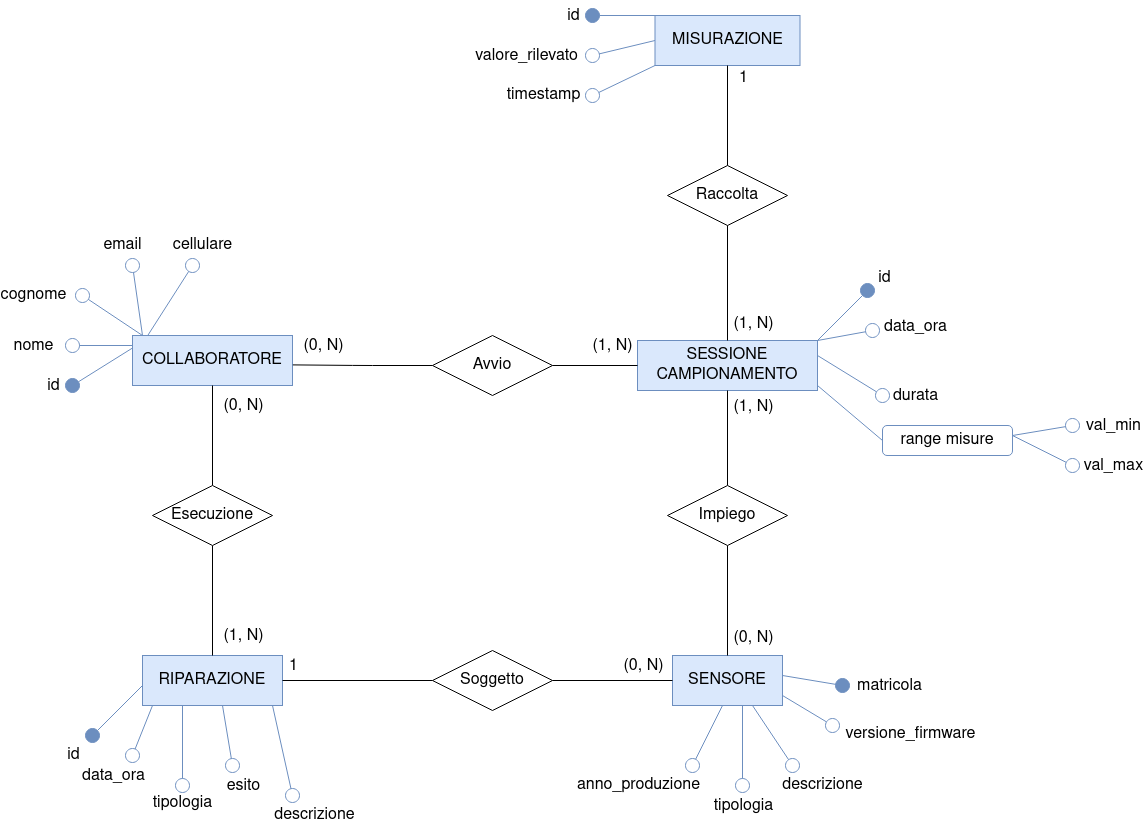
This is diagrammi e-r/Diag. Monitoraggio.png from faffolao/ProgettoBD2022, a draw.io export, as it was before one commit. Source tidied: cells renumbered, new cells last; positions are measured from the earlier drawing's top-left corner, leaving out a move shared by most shapes.
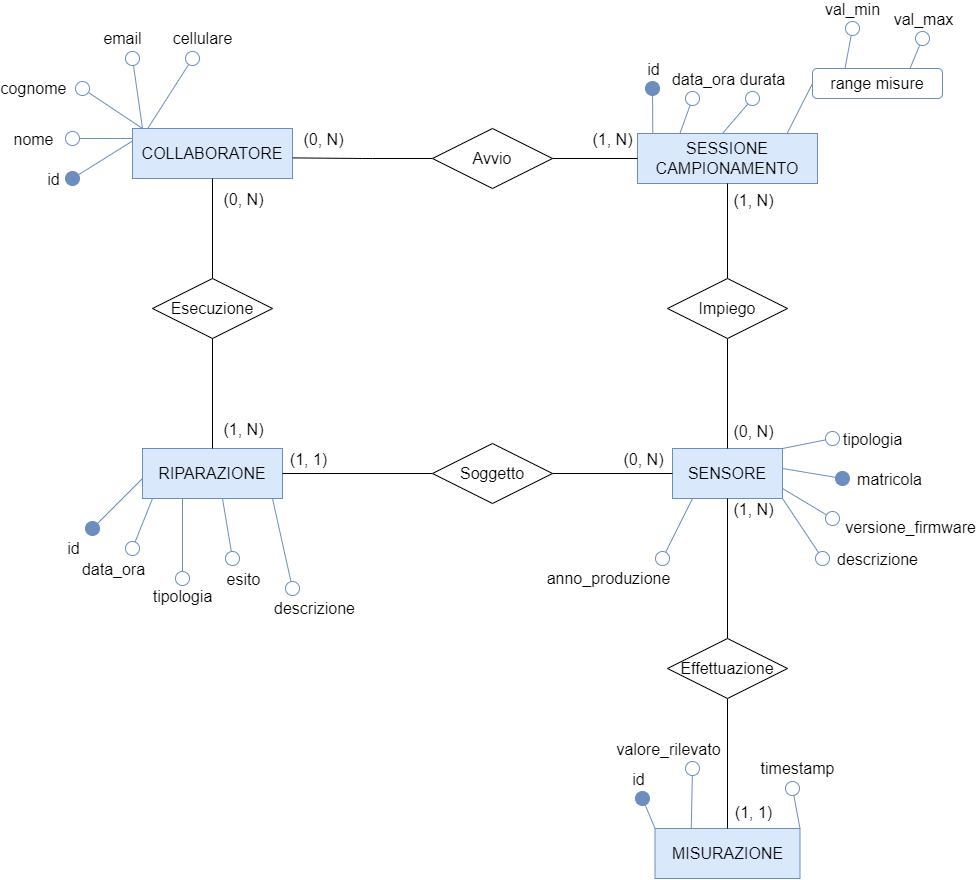
The same file after the commit.

What changed in the source:
```diff
@@ -162,24 +162,23 @@
     </mxCell>
     <mxCell id="34" style="endArrow=none;html=1;strokeColor=#6c8ebf;strokeWidth=1;fontSize=12;startSize=14;endSize=14;startArrow=oval;startFill=0;fillColor=#dae8fc;" parent="1" edge="1">
       <mxGeometry relative="1" as="geometry">
-        <mxPoint x="720" y="750" as="sourcePoint" />
-        <mxPoint x="680" y="690" as="targetPoint" />
+        <mxPoint x="750" y="750" as="sourcePoint" />
+        <mxPoint x="710" y="690" as="targetPoint" />
       </mxGeometry>
     </mxCell>
     <mxCell id="35" value="descrizione" style="edgeLabel;html=1;align=center;verticalAlign=middle;fontSize=16;" parent="34" vertex="1">
       <mxGeometry x="0.44" y="-1" relative="1" as="geometry">
-        <mxPoint x="58" y="63" as="offset" />
+        <mxPoint x="83" y="44" as="offset" />
       </mxGeometry>
     </mxCell>
-    <mxCell id="36" style="endArrow=none;html=1;strokeColor=#6c8ebf;strokeWidth=1;fontSize=12;startSize=14;endSize=14;startArrow=oval;startFill=0;fillColor=#dae8fc;" parent="1" edge="1">
+    <mxCell id="36" style="endArrow=none;html=1;strokeColor=#6c8ebf;strokeWidth=1;fontSize=12;startSize=14;endSize=14;startArrow=oval;startFill=0;fillColor=#dae8fc;entryX=1;entryY=0;entryDx=0;entryDy=0;" parent="1" edge="1" target="29">
       <mxGeometry relative="1" as="geometry">
-        <mxPoint x="670" y="770" as="sourcePoint" />
-        <mxPoint x="670" y="690" as="targetPoint" />
+        <mxPoint x="760" y="630" as="sourcePoint" />
       </mxGeometry>
     </mxCell>
     <mxCell id="37" value="tipologia" style="edgeLabel;html=1;align=center;verticalAlign=middle;fontSize=16;" parent="36" vertex="1">
       <mxGeometry x="0.65" y="-2" relative="1" as="geometry">
-        <mxPoint x="-2" y="86" as="offset" />
+        <mxPoint x="81" y="-6" as="offset" />
       </mxGeometry>
     </mxCell>
     <mxCell id="38" style="edgeStyle=orthogonalEdgeStyle;jettySize=auto;html=1;strokeColor=default;strokeWidth=1;fontSize=12;startArrow=none;startFill=0;endArrow=none;endFill=0;startSize=14;endSize=14;" parent="1" edge="1" source="42" target="29">
@@ -193,9 +192,9 @@
     <mxCell id="40" style="edgeStyle=orthogonalEdgeStyle;jettySize=auto;html=1;strokeColor=default;strokeWidth=1;fontSize=12;startArrow=none;startFill=0;endArrow=none;endFill=0;startSize=14;endSize=14;" parent="1" edge="1" source="42" target="13">
       <mxGeometry relative="1" as="geometry" />
     </mxCell>
-    <mxCell id="41" value="1" style="edgeLabel;html=1;align=center;verticalAlign=middle;fontSize=16;" parent="40" vertex="1">
+    <mxCell id="41" value="(1, 1)" style="edgeLabel;html=1;align=center;verticalAlign=middle;fontSize=16;" parent="40" vertex="1">
       <mxGeometry x="0.37" y="1" relative="1" as="geometry">
-        <mxPoint x="-37" y="-16" as="offset" />
+        <mxPoint x="-22" y="-16" as="offset" />
       </mxGeometry>
     </mxCell>
     <mxCell id="42" value="Soggetto" style="shape=rhombus;perimeter=rhombusPerimeter;whiteSpace=wrap;html=1;align=center;fontSize=16;" parent="1" vertex="1">
@@ -223,67 +222,61 @@
     <mxCell id="48" value="Impiego" style="shape=rhombus;perimeter=rhombusPerimeter;whiteSpace=wrap;html=1;align=center;fontSize=16;" parent="1" vertex="1">
       <mxGeometry x="595" y="470" width="120" height="60" as="geometry" />
     </mxCell>
-    <mxCell id="49" style="endArrow=oval;html=1;strokeColor=#6c8ebf;strokeWidth=1;fontSize=12;startSize=14;endSize=14;startArrow=none;startFill=0;endFill=1;fillColor=#dae8fc;" parent="1" edge="1">
+    <mxCell id="49" style="endArrow=oval;html=1;strokeColor=#6c8ebf;strokeWidth=1;fontSize=12;startSize=14;endSize=14;startArrow=none;startFill=0;endFill=1;fillColor=#dae8fc;exitX=0.085;exitY=0.003;exitDx=0;exitDy=0;exitPerimeter=0;" parent="1" edge="1" source="43">
       <mxGeometry relative="1" as="geometry">
-        <mxPoint x="745" y="325" as="sourcePoint" />
-        <mxPoint x="795" y="275" as="targetPoint" />
+        <mxPoint x="580" y="280" as="targetPoint" />
       </mxGeometry>
     </mxCell>
     <mxCell id="50" value="id" style="edgeLabel;html=1;align=center;verticalAlign=middle;fontSize=16;" parent="49" vertex="1">
       <mxGeometry x="0.49" y="3" relative="1" as="geometry">
-        <mxPoint x="31" y="-23" as="offset" />
+        <mxPoint x="3" y="-31" as="offset" />
       </mxGeometry>
     </mxCell>
-    <mxCell id="51" style="endArrow=oval;html=1;strokeColor=#6c8ebf;strokeWidth=1;fontSize=12;startSize=14;endSize=14;endFill=0;fillColor=#dae8fc;" parent="1" edge="1">
+    <mxCell id="51" style="endArrow=oval;html=1;strokeColor=#6c8ebf;strokeWidth=1;fontSize=12;startSize=14;endSize=14;endFill=0;fillColor=#dae8fc;exitX=0.235;exitY=0.008;exitDx=0;exitDy=0;exitPerimeter=0;" parent="1" edge="1" source="43">
       <mxGeometry relative="1" as="geometry">
-        <mxPoint x="745" y="325" as="sourcePoint" />
-        <mxPoint x="800" y="315" as="targetPoint" />
+        <mxPoint x="620" y="290" as="targetPoint" />
       </mxGeometry>
     </mxCell>
     <mxCell id="52" value="data_ora" style="edgeLabel;html=1;align=center;verticalAlign=middle;fontSize=16;" parent="51" vertex="1">
       <mxGeometry x="0.55" relative="1" as="geometry">
-        <mxPoint x="55" y="-6" as="offset" />
+        <mxPoint x="13" y="-28" as="offset" />
       </mxGeometry>
     </mxCell>
     <mxCell id="53" style="endArrow=none;html=1;strokeColor=#6c8ebf;strokeWidth=1;fontSize=12;startSize=14;endSize=14;endFill=0;startArrow=oval;startFill=0;fillColor=#dae8fc;" parent="1" edge="1">
       <mxGeometry relative="1" as="geometry">
-        <mxPoint x="810" y="380" as="sourcePoint" />
-        <mxPoint x="745" y="340" as="targetPoint" />
+        <mxPoint x="680" y="290" as="sourcePoint" />
+        <mxPoint x="650" y="325" as="targetPoint" />
       </mxGeometry>
     </mxCell>
     <mxCell id="54" value="durata" style="edgeLabel;html=1;align=center;verticalAlign=middle;fontSize=16;" parent="53" vertex="1">
       <mxGeometry x="-0.3" y="-1" relative="1" as="geometry">
-        <mxPoint x="55" y="16" as="offset" />
+        <mxPoint x="21" y="-31" as="offset" />
       </mxGeometry>
     </mxCell>
     <mxCell id="55" value="range misure" style="rounded=1;whiteSpace=wrap;html=1;fontSize=16;fillColor=none;strokeColor=#6c8ebf;" parent="1" vertex="1">
-      <mxGeometry x="810" y="410" width="130" height="30" as="geometry" />
+      <mxGeometry x="740" y="260" width="130" height="30" as="geometry" />
     </mxCell>
-    <mxCell id="56" style="endArrow=none;html=1;strokeColor=#6c8ebf;strokeWidth=1;fontSize=12;startSize=14;endSize=14;exitX=0;exitY=0.5;exitDx=0;exitDy=0;fillColor=#dae8fc;" parent="1" edge="1" source="55">
-      <mxGeometry relative="1" as="geometry">
-        <mxPoint x="745" y="370" as="targetPoint" />
-      </mxGeometry>
+    <mxCell id="56" style="endArrow=none;html=1;strokeColor=#6c8ebf;strokeWidth=1;fontSize=12;startSize=14;endSize=14;exitX=0;exitY=0.5;exitDx=0;exitDy=0;fillColor=#dae8fc;entryX=0.83;entryY=0.007;entryDx=0;entryDy=0;entryPerimeter=0;" parent="1" edge="1" source="55" target="43">
+      <mxGeometry relative="1" as="geometry" />
     </mxCell>
-    <mxCell id="57" style="endArrow=oval;html=1;strokeColor=#6c8ebf;strokeWidth=1;fontSize=12;startSize=14;endSize=14;endFill=0;fillColor=#dae8fc;" parent="1" edge="1">
+    <mxCell id="57" style="endArrow=oval;html=1;strokeColor=#6c8ebf;strokeWidth=1;fontSize=12;startSize=14;endSize=14;endFill=0;fillColor=#dae8fc;exitX=0.25;exitY=0;exitDx=0;exitDy=0;" parent="1" edge="1" source="55">
       <mxGeometry relative="1" as="geometry">
-        <mxPoint x="940" y="420" as="sourcePoint" />
-        <mxPoint x="1000" y="410" as="targetPoint" />
+        <mxPoint x="780" y="220" as="targetPoint" />
       </mxGeometry>
     </mxCell>
     <mxCell id="58" value="val_min" style="edgeLabel;html=1;align=center;verticalAlign=middle;fontSize=16;" parent="57" vertex="1">
       <mxGeometry x="0.39" y="1" relative="1" as="geometry">
-        <mxPoint x="59" y="-2" as="offset" />
+        <mxPoint x="3" y="-32" as="offset" />
       </mxGeometry>
     </mxCell>
-    <mxCell id="59" style="endArrow=none;html=1;strokeColor=#6c8ebf;strokeWidth=1;fontSize=12;startSize=14;endSize=14;endFill=0;startArrow=oval;startFill=0;fillColor=#dae8fc;" parent="1" edge="1">
+    <mxCell id="59" style="endArrow=none;html=1;strokeColor=#6c8ebf;strokeWidth=1;fontSize=12;startSize=14;endSize=14;endFill=0;startArrow=oval;startFill=0;fillColor=#dae8fc;entryX=0.75;entryY=0;entryDx=0;entryDy=0;" parent="1" edge="1" target="55">
       <mxGeometry relative="1" as="geometry">
-        <mxPoint x="1000" y="450" as="sourcePoint" />
-        <mxPoint x="940" y="420" as="targetPoint" />
+        <mxPoint x="850" y="230" as="sourcePoint" />
       </mxGeometry>
     </mxCell>
     <mxCell id="60" value="val_max" style="edgeLabel;html=1;align=center;verticalAlign=middle;fontSize=16;" parent="59" vertex="1">
       <mxGeometry x="-0.39" relative="1" as="geometry">
-        <mxPoint x="58" y="9" as="offset" />
+        <mxPoint x="4" y="-29" as="offset" />
       </mxGeometry>
     </mxCell>
     <mxCell id="61" style="edgeStyle=orthogonalEdgeStyle;jettySize=auto;html=1;strokeColor=default;strokeWidth=1;fontSize=12;startArrow=none;startFill=0;endArrow=none;endFill=0;startSize=14;endSize=14;" parent="1" edge="1" source="65" target="43">
@@ -306,63 +299,42 @@
       <mxGeometry x="360" y="320" width="120" height="60" as="geometry" />
     </mxCell>
     <mxCell id="66" value="MISURAZIONE" style="whiteSpace=wrap;html=1;align=center;fontSize=16;fillColor=#dae8fc;strokeColor=#6c8ebf;" parent="1" vertex="1">
-      <mxGeometry x="582.5" width="145" height="50" as="geometry" />
+      <mxGeometry x="582.5" y="1020" width="145" height="50" as="geometry" />
     </mxCell>
-    <mxCell id="67" style="endArrow=none;html=1;strokeColor=#6c8ebf;strokeWidth=1;fontSize=12;startSize=14;endSize=14;endFill=0;startArrow=oval;startFill=1;fillColor=#dae8fc;" parent="1" edge="1">
+    <mxCell id="67" style="endArrow=none;html=1;strokeColor=#6c8ebf;strokeWidth=1;fontSize=12;startSize=14;endSize=14;endFill=0;startArrow=oval;startFill=1;fillColor=#dae8fc;entryX=0;entryY=0;entryDx=0;entryDy=0;" parent="1" edge="1" target="66">
       <mxGeometry relative="1" as="geometry">
-        <mxPoint x="520" as="sourcePoint" />
-        <mxPoint x="582.5" as="targetPoint" />
+        <mxPoint x="570" y="990" as="sourcePoint" />
       </mxGeometry>
     </mxCell>
     <mxCell id="68" value="id" style="edgeLabel;html=1;align=center;verticalAlign=middle;fontSize=16;" parent="67" vertex="1">
       <mxGeometry x="0.4" y="-3" relative="1" as="geometry">
-        <mxPoint x="-64" y="-3" as="offset" />
+        <mxPoint x="-11" y="-42" as="offset" />
       </mxGeometry>
     </mxCell>
-    <mxCell id="69" style="endArrow=none;html=1;strokeColor=#6c8ebf;strokeWidth=1;fontSize=12;startSize=14;endSize=14;startArrow=oval;startFill=0;entryX=0;entryY=0.5;entryDx=0;entryDy=0;fillColor=#dae8fc;" parent="1" edge="1" target="66">
+    <mxCell id="69" style="endArrow=none;html=1;strokeColor=#6c8ebf;strokeWidth=1;fontSize=12;startSize=14;endSize=14;startArrow=oval;startFill=0;entryX=0.25;entryY=0;entryDx=0;entryDy=0;fillColor=#dae8fc;" parent="1" edge="1" target="66">
       <mxGeometry relative="1" as="geometry">
-        <mxPoint x="520" y="40" as="sourcePoint" />
+        <mxPoint x="620" y="960" as="sourcePoint" />
       </mxGeometry>
     </mxCell>
     <mxCell id="70" value="valore_rilevato" style="edgeLabel;html=1;align=center;verticalAlign=middle;fontSize=16;" parent="69" vertex="1">
       <mxGeometry x="0.55" relative="1" as="geometry">
-        <mxPoint x="-115" y="12" as="offset" />
+        <mxPoint x="-24" y="-66" as="offset" />
       </mxGeometry>
     </mxCell>
-    <mxCell id="71" style="endArrow=none;html=1;strokeColor=#6c8ebf;strokeWidth=1;fontSize=12;startSize=14;endSize=14;startArrow=oval;startFill=0;fillColor=#dae8fc;" parent="1" edge="1">
+    <mxCell id="71" style="endArrow=none;html=1;strokeColor=#6c8ebf;strokeWidth=1;fontSize=12;startSize=14;endSize=14;startArrow=oval;startFill=0;fillColor=#dae8fc;entryX=1;entryY=0;entryDx=0;entryDy=0;" parent="1" edge="1" target="66">
       <mxGeometry relative="1" as="geometry">
-        <mxPoint x="520" y="80" as="sourcePoint" />
-        <mxPoint x="582.5" y="50" as="targetPoint" />
+        <mxPoint x="720" y="980" as="sourcePoint" />
       </mxGeometry>
     </mxCell>
     <mxCell id="72" value="timestamp" style="edgeLabel;html=1;align=center;verticalAlign=middle;fontSize=16;" parent="71" vertex="1">
       <mxGeometry x="-0.44" y="-1" relative="1" as="geometry">
-        <mxPoint x="-67" y="7" as="offset" />
+        <mxPoint x="3" y="-31" as="offset" />
       </mxGeometry>
     </mxCell>
-    <mxCell id="73" style="edgeStyle=orthogonalEdgeStyle;jettySize=auto;html=1;strokeColor=default;strokeWidth=1;fontSize=12;startArrow=none;startFill=0;endArrow=none;endFill=0;startSize=14;endSize=14;" parent="1" edge="1" source="77" target="66">
-      <mxGeometry relative="1" as="geometry" />
-    </mxCell>
-    <mxCell id="74" value="1" style="edgeLabel;html=1;align=center;verticalAlign=middle;fontSize=16;" parent="73" vertex="1">
-      <mxGeometry x="0.77" y="2" relative="1" as="geometry">
-        <mxPoint x="17" as="offset" />
-      </mxGeometry>
-    </mxCell>
-    <mxCell id="75" style="edgeStyle=orthogonalEdgeStyle;jettySize=auto;html=1;strokeColor=default;strokeWidth=1;fontSize=12;startArrow=none;startFill=0;endArrow=none;endFill=0;startSize=14;endSize=14;" parent="1" edge="1" source="77" target="43">
-      <mxGeometry relative="1" as="geometry" />
-    </mxCell>
-    <mxCell id="76" value="(1, N)" style="edgeLabel;html=1;align=center;verticalAlign=middle;fontSize=16;" parent="75" vertex="1">
-      <mxGeometry x="0.71" y="-2" relative="1" as="geometry">
-        <mxPoint x="27" as="offset" />
-      </mxGeometry>
-    </mxCell>
-    <mxCell id="77" value="Raccolta" style="shape=rhombus;perimeter=rhombusPerimeter;whiteSpace=wrap;html=1;align=center;fontSize=16;fillColor=none;" parent="1" vertex="1">
-      <mxGeometry x="595" y="150" width="120" height="60" as="geometry" />
-    </mxCell>
     <mxCell id="78" style="endArrow=none;html=1;strokeColor=#6c8ebf;strokeWidth=1;fontSize=12;startSize=14;endSize=14;startArrow=oval;startFill=0;fillColor=#dae8fc;" parent="1" edge="1">
       <mxGeometry relative="1" as="geometry">
-        <mxPoint x="620" y="750" as="sourcePoint" />
-        <mxPoint x="650" y="690" as="targetPoint" />
+        <mxPoint x="590" y="750" as="sourcePoint" />
+        <mxPoint x="620" y="690" as="targetPoint" />
       </mxGeometry>
     </mxCell>
     <mxCell id="79" value="anno_produzione" style="edgeLabel;html=1;align=center;verticalAlign=middle;fontSize=16;" parent="78" vertex="1">
@@ -370,5 +342,24 @@
         <mxPoint x="-81" y="68" as="offset" />
       </mxGeometry>
     </mxCell>
+    <mxCell id="80" style="edgeStyle=orthogonalEdgeStyle;rounded=0;jettySize=auto;html=1;endArrow=none;endFill=0;" parent="1" edge="1" source="83" target="29">
+      <mxGeometry relative="1" as="geometry" />
+    </mxCell>
+    <mxCell id="76" value="(1, N)" style="edgeLabel;html=1;align=center;verticalAlign=middle;fontSize=16;" parent="80" vertex="1">
+      <mxGeometry x="0.86" y="-2" relative="1" as="geometry">
+        <mxPoint x="23" as="offset" />
+      </mxGeometry>
+    </mxCell>
+    <mxCell id="81" style="edgeStyle=orthogonalEdgeStyle;rounded=0;jettySize=auto;html=1;endArrow=none;endFill=0;" parent="1" edge="1" source="83" target="66">
+      <mxGeometry relative="1" as="geometry" />
+    </mxCell>
+    <mxCell id="82" value="(1, 1)" style="edgeLabel;html=1;align=center;verticalAlign=middle;fontSize=16;" parent="81" vertex="1">
+      <mxGeometry x="0.73" y="1" relative="1" as="geometry">
+        <mxPoint x="24" as="offset" />
+      </mxGeometry>
+    </mxCell>
+    <mxCell id="83" value="Effettuazione" style="shape=rhombus;perimeter=rhombusPerimeter;whiteSpace=wrap;html=1;align=center;fontSize=16;" parent="1" vertex="1">
+      <mxGeometry x="595" y="830" width="120" height="60" as="geometry" />
+    </mxCell>
   </root>
 </mxGraphModel>
```
